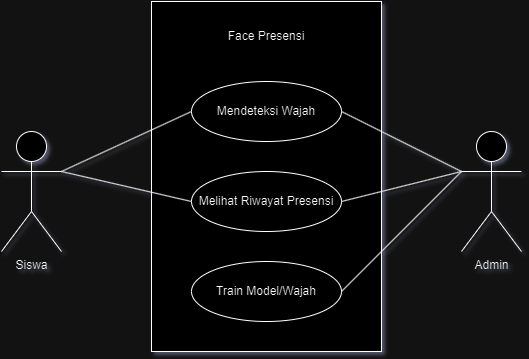
Above: use_case.drawio.png in ditanursabila/face-presensi (draw.io), before the change. Source tidied: cells renumbered, new cells last; positions are measured from the earlier drawing's top-left corner, leaving out a move shared by most shapes.
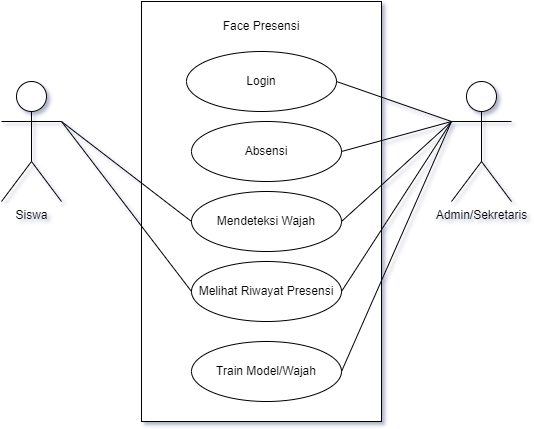
After the commit.

The edit, as a diff of the source:
```diff
@@ -3,25 +3,25 @@
     <mxCell id="0" />
     <mxCell id="1" parent="0" />
     <mxCell id="2" style="rounded=0;whiteSpace=wrap;html=1;" parent="1" vertex="1">
-      <mxGeometry x="150" width="230" height="350" as="geometry" />
+      <mxGeometry x="150" y="-70" width="240" height="420" as="geometry" />
     </mxCell>
     <mxCell id="3" value="Siswa" style="shape=umlActor;verticalLabelPosition=bottom;verticalAlign=top;html=1;outlineConnect=0;" parent="1" vertex="1">
-      <mxGeometry y="130" width="60" height="120" as="geometry" />
+      <mxGeometry x="10" y="10" width="60" height="120" as="geometry" />
     </mxCell>
-    <mxCell id="4" value="Admin" style="shape=umlActor;verticalLabelPosition=bottom;verticalAlign=top;html=1;outlineConnect=0;" parent="1" vertex="1">
-      <mxGeometry x="460" y="130" width="60" height="120" as="geometry" />
+    <mxCell id="4" value="Admin/Sekretaris" style="shape=umlActor;verticalLabelPosition=bottom;verticalAlign=top;html=1;outlineConnect=0;" parent="1" vertex="1">
+      <mxGeometry x="460" y="10" width="60" height="120" as="geometry" />
     </mxCell>
     <mxCell id="5" value="Face Presensi" style="text;html=1;align=center;verticalAlign=middle;whiteSpace=wrap;rounded=0;" parent="1" vertex="1">
-      <mxGeometry x="215" y="20" width="100" height="30" as="geometry" />
+      <mxGeometry x="220" y="-60" width="100" height="30" as="geometry" />
     </mxCell>
     <mxCell id="6" value="Mendeteksi Wajah" style="ellipse;whiteSpace=wrap;html=1;" parent="1" vertex="1">
-      <mxGeometry x="190" y="80" width="150" height="60" as="geometry" />
+      <mxGeometry x="200" y="120" width="150" height="60" as="geometry" />
     </mxCell>
     <mxCell id="7" value="Melihat Riwayat Presensi" style="ellipse;whiteSpace=wrap;html=1;" parent="1" vertex="1">
-      <mxGeometry x="190" y="170" width="150" height="60" as="geometry" />
+      <mxGeometry x="200" y="190" width="150" height="60" as="geometry" />
     </mxCell>
     <mxCell id="8" value="Train Model/Wajah" style="ellipse;whiteSpace=wrap;html=1;" parent="1" vertex="1">
-      <mxGeometry x="190" y="260" width="150" height="60" as="geometry" />
+      <mxGeometry x="200" y="270" width="150" height="60" as="geometry" />
     </mxCell>
     <mxCell id="9" style="endArrow=none;html=1;rounded=0;exitX=1;exitY=0.3333333333333333;exitDx=0;exitDy=0;exitPerimeter=0;entryX=0;entryY=0.5;entryDx=0;entryDy=0;" parent="1" edge="1" source="3" target="6">
       <mxGeometry relative="1" as="geometry" />
@@ -38,5 +38,17 @@
     <mxCell id="13" style="endArrow=none;html=1;rounded=0;exitX=1;exitY=0.5;exitDx=0;exitDy=0;entryX=0;entryY=0.3333333333333333;entryDx=0;entryDy=0;entryPerimeter=0;" parent="1" edge="1" source="8" target="4">
       <mxGeometry relative="1" as="geometry" />
     </mxCell>
+    <mxCell id="14" value="Absensi" style="ellipse;whiteSpace=wrap;html=1;" parent="1" vertex="1">
+      <mxGeometry x="200" y="50" width="150" height="60" as="geometry" />
+    </mxCell>
+    <mxCell id="15" value="Login" style="ellipse;whiteSpace=wrap;html=1;" parent="1" vertex="1">
+      <mxGeometry x="195" y="-20" width="150" height="60" as="geometry" />
+    </mxCell>
+    <mxCell id="16" style="endArrow=none;html=1;rounded=0;entryX=0;entryY=0.3333333333333333;entryDx=0;entryDy=0;entryPerimeter=0;exitX=1;exitY=0.5;exitDx=0;exitDy=0;" parent="1" edge="1" source="15" target="4">
+      <mxGeometry relative="1" as="geometry" />
+    </mxCell>
+    <mxCell id="17" style="endArrow=none;html=1;rounded=0;entryX=0;entryY=0.3333333333333333;entryDx=0;entryDy=0;entryPerimeter=0;exitX=1;exitY=0.5;exitDx=0;exitDy=0;" parent="1" edge="1" source="14" target="4">
+      <mxGeometry relative="1" as="geometry" />
+    </mxCell>
   </root>
 </mxGraphModel>
```
